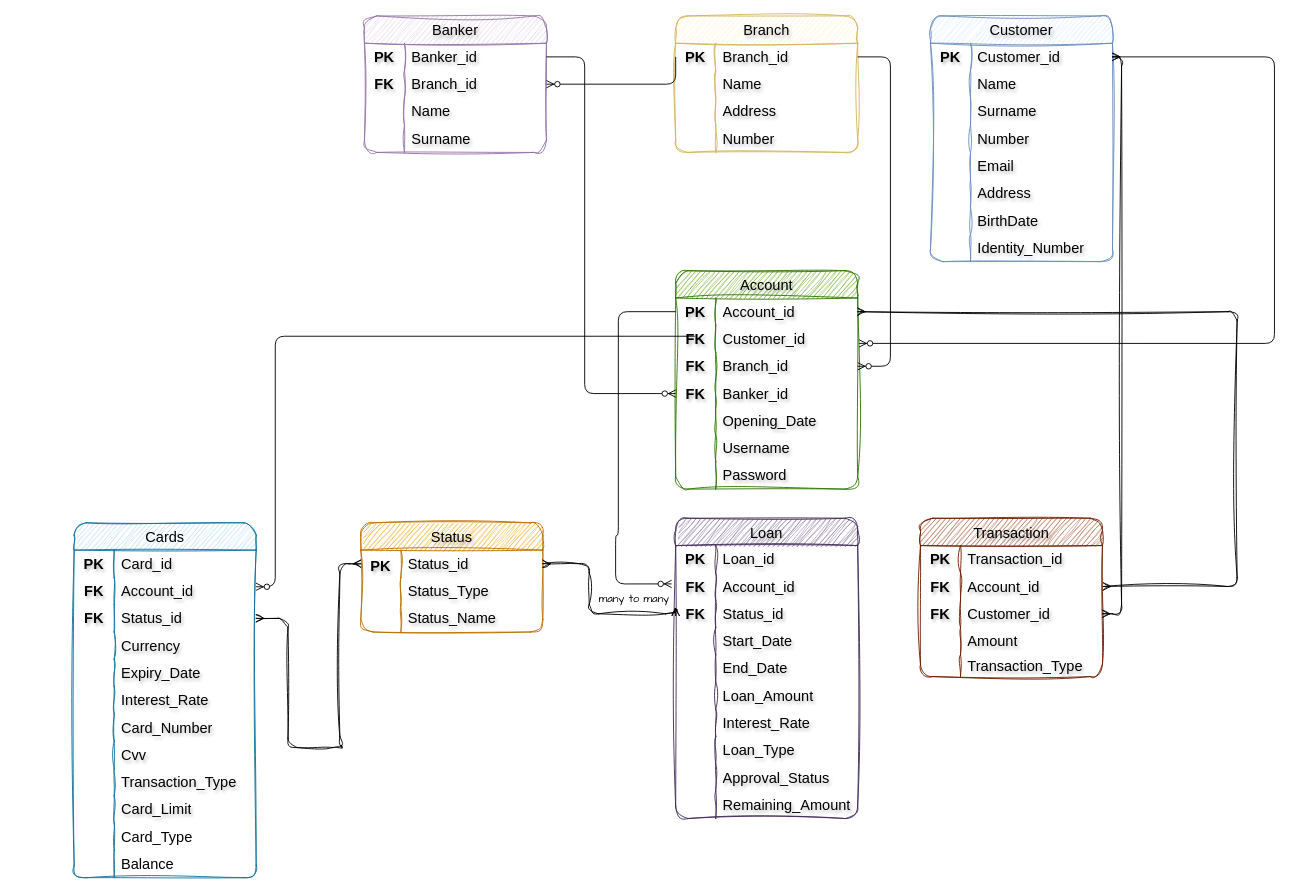
This is Pair1_BankaER.drawio from bnsuoztrk/Deneme, a draw.io file, before an edit. Source tidied: cells renumbered, new cells numbered last; positions are measured from the earlier drawing's top-left corner, leaving out a move shared by most shapes. Both pictures are drawn from the tidied source at 91%, with x=0, y=0 at pixel (74, 15).
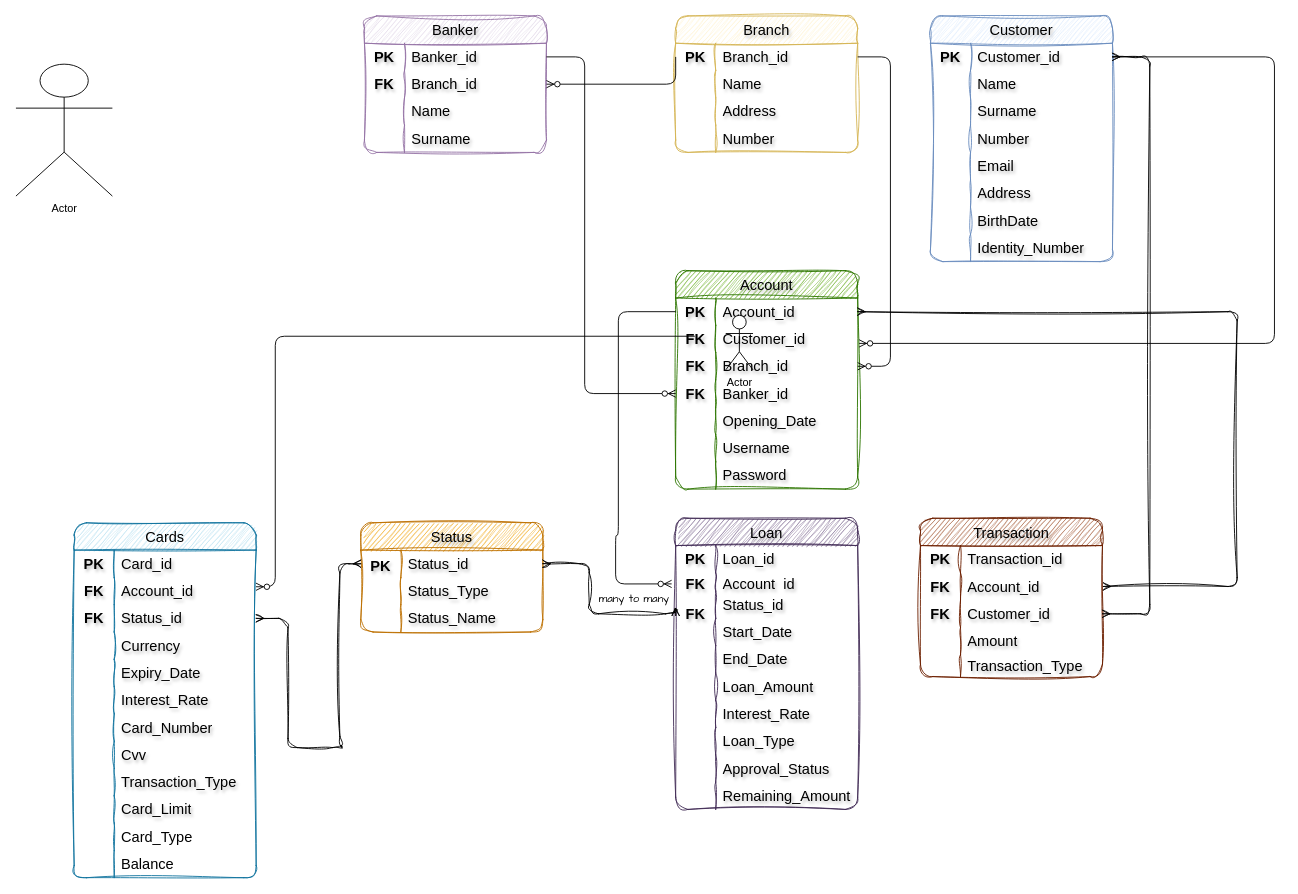
After the change.

Unchanged cells that the change refers to:
```xml
<mxCell id="25" style="shape=tableRow;horizontal=0;startSize=0;swimlaneHead=0;swimlaneBody=0;top=0;left=0;bottom=0;right=0;fillColor=none;points=[[0,0.5],[1,0.5]];portConstraint=eastwest;strokeColor=inherit;fontSize=16;sketch=1;curveFitting=1;jiggle=2;rounded=1;fontColor=#000000;labelBorderColor=none;labelBackgroundColor=none;textShadow=1;" parent="24" vertex="1">
  <mxGeometry y="30" width="200" height="30" as="geometry" />
</mxCell>
<mxCell id="113" style="shape=tableRow;horizontal=0;startSize=0;swimlaneHead=0;swimlaneBody=0;top=0;left=0;bottom=0;right=0;fillColor=none;points=[[0,0.5],[1,0.5]];portConstraint=eastwest;strokeColor=inherit;fontSize=16;sketch=1;curveFitting=1;jiggle=2;rounded=1;fontColor=#000000;labelBorderColor=none;labelBackgroundColor=none;textShadow=1;" parent="106" vertex="1">
  <mxGeometry y="90" width="200" height="30" as="geometry" />
</mxCell>
```

The edit, as a diff of the source:
```diff
@@
     <mxCell id="62" value="Loan" style="shape=table;startSize=30;childLayout=tableLayout;rowLines=0;fontStyle=0;strokeColor=#432D57;fontSize=16;fillColor=#76608a;fontColor=#000000;sketch=1;curveFitting=1;jiggle=2;rounded=1;labelBorderColor=none;labelBackgroundColor=none;textShadow=1;" parent="1" vertex="1">
-      <mxGeometry x="661" y="552" width="200" height="330" as="geometry" />
+      <mxGeometry x="661" y="552" width="200" height="320" as="geometry" />
     </mxCell>
@@
     <mxCell id="66" style="shape=tableRow;horizontal=0;startSize=0;swimlaneHead=0;swimlaneBody=0;top=0;left=0;bottom=0;right=0;fillColor=none;strokeColor=inherit;fontSize=16;sketch=1;curveFitting=1;jiggle=2;rounded=1;fontColor=#000000;labelBorderColor=none;labelBackgroundColor=none;textShadow=1;" parent="62" vertex="1">
-      <mxGeometry y="60" width="200" height="30" as="geometry" />
+      <mxGeometry y="60" width="200" height="20" as="geometry" />
     </mxCell>
     <mxCell id="67" value="&lt;b&gt;FK&lt;/b&gt;" style="shape=partialRectangle;html=1;whiteSpace=wrap;fillColor=none;top=0;left=0;bottom=0;right=0;overflow=hidden;strokeColor=inherit;fontSize=16;sketch=1;curveFitting=1;jiggle=2;rounded=1;fontColor=#000000;labelBorderColor=none;labelBackgroundColor=none;textShadow=1;" parent="66" vertex="1">
-      <mxGeometry width="44" height="30" as="geometry" />
+      <mxGeometry width="44" height="20" as="geometry" />
     </mxCell>
     <mxCell id="68" value="Account_id" style="shape=partialRectangle;html=1;whiteSpace=wrap;fillColor=none;top=0;left=0;bottom=0;right=0;align=left;spacingLeft=6;overflow=hidden;strokeColor=inherit;fontSize=16;sketch=1;curveFitting=1;jiggle=2;rounded=1;fontColor=#000000;labelBorderColor=none;labelBackgroundColor=none;textShadow=1;" parent="66" vertex="1">
-      <mxGeometry x="44" width="156" height="30" as="geometry" />
+      <mxGeometry x="44" width="156" height="20" as="geometry" />
     </mxCell>
     <mxCell id="69" style="shape=tableRow;horizontal=0;startSize=0;swimlaneHead=0;swimlaneBody=0;top=0;left=0;bottom=0;right=0;fillColor=none;strokeColor=inherit;fontSize=16;sketch=1;curveFitting=1;jiggle=2;rounded=1;fontColor=#000000;labelBorderColor=none;labelBackgroundColor=none;textShadow=1;" parent="62" vertex="1">
-      <mxGeometry y="90" width="200" height="30" as="geometry" />
+      <mxGeometry y="80" width="200" height="30" as="geometry" />
     </mxCell>
@@
     <mxCell id="72" style="shape=tableRow;horizontal=0;startSize=0;swimlaneHead=0;swimlaneBody=0;top=0;left=0;bottom=0;right=0;fillColor=none;strokeColor=inherit;fontSize=16;sketch=1;curveFitting=1;jiggle=2;rounded=1;fontColor=#000000;labelBorderColor=none;labelBackgroundColor=none;textShadow=1;" parent="62" vertex="1">
-      <mxGeometry y="120" width="200" height="30" as="geometry" />
+      <mxGeometry y="110" width="200" height="30" as="geometry" />
     </mxCell>
@@
     <mxCell id="75" style="shape=tableRow;horizontal=0;startSize=0;swimlaneHead=0;swimlaneBody=0;top=0;left=0;bottom=0;right=0;fillColor=none;strokeColor=inherit;fontSize=16;sketch=1;curveFitting=1;jiggle=2;rounded=1;fontColor=#000000;labelBorderColor=none;labelBackgroundColor=none;textShadow=1;" parent="62" vertex="1">
-      <mxGeometry y="150" width="200" height="30" as="geometry" />
+      <mxGeometry y="140" width="200" height="30" as="geometry" />
     </mxCell>
@@
     <mxCell id="78" style="shape=tableRow;horizontal=0;startSize=0;swimlaneHead=0;swimlaneBody=0;top=0;left=0;bottom=0;right=0;fillColor=none;strokeColor=inherit;fontSize=16;sketch=1;curveFitting=1;jiggle=2;rounded=1;fontColor=#000000;labelBorderColor=none;labelBackgroundColor=none;textShadow=1;" parent="62" vertex="1">
-      <mxGeometry y="180" width="200" height="30" as="geometry" />
+      <mxGeometry y="170" width="200" height="30" as="geometry" />
     </mxCell>
@@
     <mxCell id="81" style="shape=tableRow;horizontal=0;startSize=0;swimlaneHead=0;swimlaneBody=0;top=0;left=0;bottom=0;right=0;fillColor=none;strokeColor=inherit;fontSize=16;sketch=1;curveFitting=1;jiggle=2;rounded=1;fontColor=#000000;labelBorderColor=none;labelBackgroundColor=none;textShadow=1;" parent="62" vertex="1">
-      <mxGeometry y="210" width="200" height="30" as="geometry" />
+      <mxGeometry y="200" width="200" height="30" as="geometry" />
     </mxCell>
@@
     <mxCell id="84" style="shape=tableRow;horizontal=0;startSize=0;swimlaneHead=0;swimlaneBody=0;top=0;left=0;bottom=0;right=0;fillColor=none;strokeColor=inherit;fontSize=16;sketch=1;curveFitting=1;jiggle=2;rounded=1;fontColor=#000000;labelBorderColor=none;labelBackgroundColor=none;textShadow=1;" parent="62" vertex="1">
-      <mxGeometry y="240" width="200" height="30" as="geometry" />
+      <mxGeometry y="230" width="200" height="30" as="geometry" />
     </mxCell>
@@
     <mxCell id="87" style="shape=tableRow;horizontal=0;startSize=0;swimlaneHead=0;swimlaneBody=0;top=0;left=0;bottom=0;right=0;fillColor=none;strokeColor=inherit;fontSize=16;sketch=1;curveFitting=1;jiggle=2;rounded=1;fontColor=#000000;labelBorderColor=none;labelBackgroundColor=none;textShadow=1;" parent="62" vertex="1">
-      <mxGeometry y="270" width="200" height="30" as="geometry" />
+      <mxGeometry y="260" width="200" height="30" as="geometry" />
     </mxCell>
@@
     <mxCell id="90" style="shape=tableRow;horizontal=0;startSize=0;swimlaneHead=0;swimlaneBody=0;top=0;left=0;bottom=0;right=0;fillColor=none;strokeColor=inherit;fontSize=16;sketch=1;curveFitting=1;jiggle=2;rounded=1;fontColor=#000000;labelBorderColor=none;labelBackgroundColor=none;textShadow=1;" parent="62" vertex="1">
-      <mxGeometry y="300" width="200" height="30" as="geometry" />
+      <mxGeometry y="290" width="200" height="30" as="geometry" />
     </mxCell>
@@
-    <mxCell id="175" style="edgeStyle=orthogonalEdgeStyle;fontSize=12;html=1;endArrow=ERmany;startArrow=ERmany;rounded=1;sketch=1;hachureGap=4;jiggle=2;curveFitting=1;fontFamily=Architects Daughter;entryX=1;entryY=0.5;entryDx=0;entryDy=0;exitX=1;exitY=0.5;exitDx=0;exitDy=0;" parent="1" edge="1" source="113" target="25">
-      <mxGeometry relative="1" as="geometry" />
+    <mxCell id="175" style="edgeStyle=orthogonalEdgeStyle;fontSize=12;html=1;endArrow=ERmany;startArrow=ERmany;rounded=1;sketch=1;hachureGap=4;jiggle=2;curveFitting=1;fontFamily=Architects Daughter;entryX=1;entryY=0.5;entryDx=0;entryDy=0;exitX=1;exitY=0.5;exitDx=0;exitDy=0;fontStyle=1;" parent="1" edge="1" source="113" target="25">
+      <mxGeometry relative="1" as="geometry">
+        <Array as="points">
+          <mxPoint x="1182" y="657" />
+          <mxPoint x="1182" y="45" />
+        </Array>
+      </mxGeometry>
     </mxCell>
@@
+    <mxCell id="182" value="Actor" style="shape=umlActor;verticalLabelPosition=bottom;verticalAlign=top;html=1;" parent="1" vertex="1">
+      <mxGeometry x="716" y="329" width="30" height="60" as="geometry" />
+    </mxCell>
+    <mxCell id="183" value="Actor" style="shape=umlActor;verticalLabelPosition=bottom;verticalAlign=top;html=1;" parent="1" vertex="1">
+      <mxGeometry x="-64" y="53" width="106" height="145" as="geometry" />
+    </mxCell>
```
